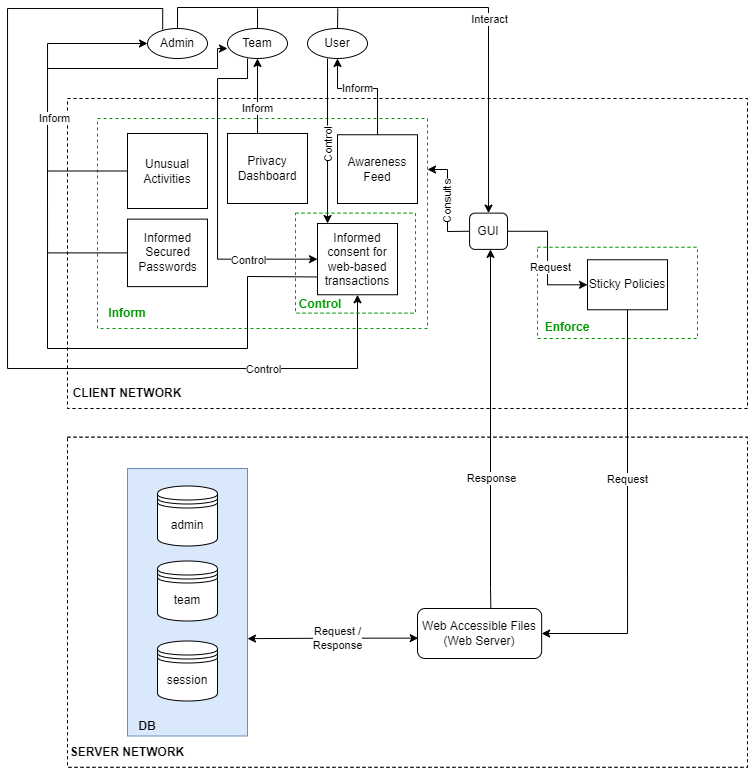
Before: Process_Oriented_Strategies_class_diagram.drawio.png, a diagram exported from draw.io (claudialorusso/CivicSense). Source tidied: cells renumbered, new cells last; positions are measured from the earlier drawing's top-left corner, leaving out a move shared by most shapes.
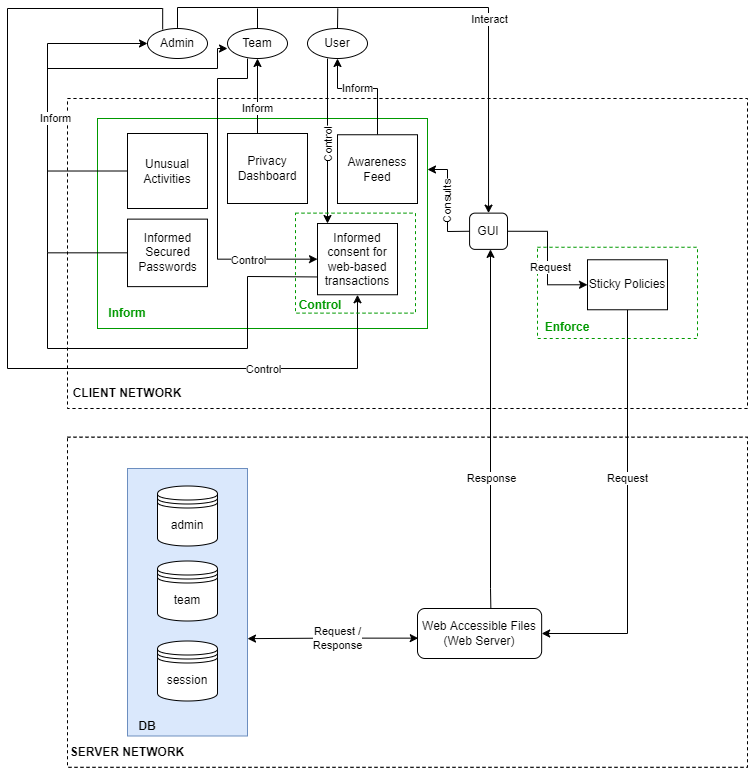
After the change.

Change to the diagram source:
```diff
@@ -168,7 +168,7 @@
     <mxCell id="44" style="horizontal=0;dashed=1;fontColor=#000000;strokeColor=#000000;fillColor=default;" parent="1" vertex="1">
       <mxGeometry x="60" y="91" width="680" height="310" as="geometry" />
     </mxCell>
-    <mxCell id="45" style="rounded=0;whiteSpace=wrap;html=1;fillColor=none;strokeColor=#009900;dashed=1;" parent="1" vertex="1">
+    <mxCell id="45" style="rounded=0;whiteSpace=wrap;html=1;fillColor=none;strokeColor=#009900;" parent="1" vertex="1">
       <mxGeometry x="90" y="111" width="330" height="210" as="geometry" />
     </mxCell>
     <mxCell id="46" style="edgeStyle=orthogonalEdgeStyle;rounded=0;jettySize=auto;html=1;fontColor=#000000;startArrow=classic;startFill=1;endArrow=none;endFill=0;entryX=0.591;entryY=0.026;entryDx=0;entryDy=0;entryPerimeter=0;" parent="1" edge="1" source="48" target="75">
```
